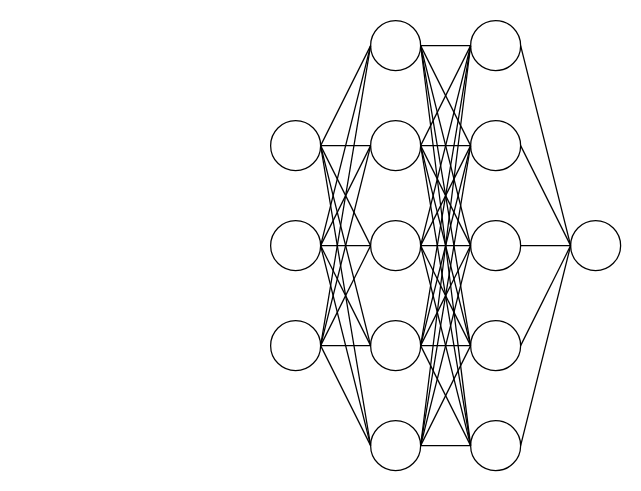
vengjean/drawings keeps this draw.io diagram as INR.drawio. Above is the earlier version. Source tidied: cells renumbered, new cells numbered last; positions are measured from the earlier drawing's top-left corner, leaving out a move shared by most shapes. Both pictures are drawn from the tidied source at 125%, with x=0, y=0 at pixel (270, 20).
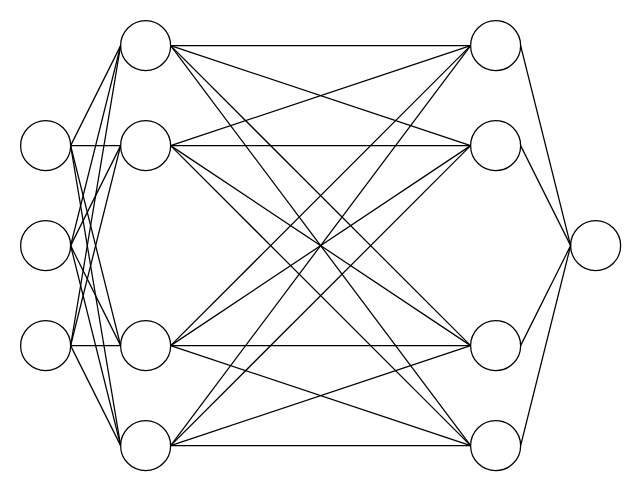
Above is the later version.

What changed in the source:
```diff
@@
+    <mxCell id="61" style="group;" parent="1" vertex="1">
+      <mxGeometry x="-200" width="280" height="360" as="geometry" />
+    </mxCell>
-    <mxCell id="2" style="ellipse;whiteSpace=wrap;html=1;" parent="1" vertex="1">
+    <mxCell id="2" style="ellipse;whiteSpace=wrap;html=1;" parent="61" vertex="1">
       <mxGeometry y="80" width="40" height="40" as="geometry" />
     </mxCell>
-    <mxCell id="3" style="ellipse;whiteSpace=wrap;html=1;" parent="1" vertex="1">
+    <mxCell id="3" style="ellipse;whiteSpace=wrap;html=1;" parent="61" vertex="1">
       <mxGeometry y="160" width="40" height="40" as="geometry" />
     </mxCell>
-    <mxCell id="4" style="ellipse;whiteSpace=wrap;html=1;" parent="1" vertex="1">
+    <mxCell id="4" style="ellipse;whiteSpace=wrap;html=1;" parent="61" vertex="1">
       <mxGeometry y="240" width="40" height="40" as="geometry" />
     </mxCell>
-    <mxCell id="5" style="ellipse;whiteSpace=wrap;html=1;" parent="1" vertex="1">
+    <mxCell id="5" style="ellipse;whiteSpace=wrap;html=1;" parent="61" vertex="1">
       <mxGeometry x="80" width="40" height="40" as="geometry" />
     </mxCell>
-    <mxCell id="6" style="ellipse;whiteSpace=wrap;html=1;" parent="1" vertex="1">
+    <mxCell id="6" style="ellipse;whiteSpace=wrap;html=1;" parent="61" vertex="1">
       <mxGeometry x="80" y="80" width="40" height="40" as="geometry" />
     </mxCell>
-    <mxCell id="7" style="ellipse;whiteSpace=wrap;html=1;" parent="1" vertex="1">
-      <mxGeometry x="80" y="160" width="40" height="40" as="geometry" />
-    </mxCell>
-    <mxCell id="8" style="ellipse;whiteSpace=wrap;html=1;" parent="1" vertex="1">
+    <mxCell id="8" style="ellipse;whiteSpace=wrap;html=1;" parent="61" vertex="1">
       <mxGeometry x="80" y="240" width="40" height="40" as="geometry" />
     </mxCell>
-    <mxCell id="9" style="ellipse;whiteSpace=wrap;html=1;" parent="1" vertex="1">
+    <mxCell id="9" style="ellipse;whiteSpace=wrap;html=1;" parent="61" vertex="1">
       <mxGeometry x="80" y="320" width="40" height="40" as="geometry" />
     </mxCell>
-    <mxCell id="10" style="ellipse;whiteSpace=wrap;html=1;" parent="1" vertex="1">
-      <mxGeometry x="160" width="40" height="40" as="geometry" />
-    </mxCell>
-    <mxCell id="11" style="ellipse;whiteSpace=wrap;html=1;" parent="1" vertex="1">
-      <mxGeometry x="160" y="80" width="40" height="40" as="geometry" />
-    </mxCell>
-    <mxCell id="12" style="ellipse;whiteSpace=wrap;html=1;" parent="1" vertex="1">
-      <mxGeometry x="160" y="160" width="40" height="40" as="geometry" />
-    </mxCell>
-    <mxCell id="13" style="ellipse;whiteSpace=wrap;html=1;" parent="1" vertex="1">
-      <mxGeometry x="160" y="240" width="40" height="40" as="geometry" />
-    </mxCell>
-    <mxCell id="14" style="ellipse;whiteSpace=wrap;html=1;" parent="1" vertex="1">
-      <mxGeometry x="160" y="320" width="40" height="40" as="geometry" />
-    </mxCell>
-    <mxCell id="15" style="ellipse;whiteSpace=wrap;html=1;" parent="1" vertex="1">
-      <mxGeometry x="240" y="160" width="40" height="40" as="geometry" />
-    </mxCell>
-    <mxCell id="16" style="endArrow=none;html=1;rounded=0;exitX=1;exitY=0.5;exitDx=0;exitDy=0;entryX=0;entryY=0.5;entryDx=0;entryDy=0;" parent="1" edge="1" source="2" target="5">
+    <mxCell id="16" style="endArrow=none;html=1;rounded=0;exitX=1;exitY=0.5;exitDx=0;exitDy=0;entryX=0;entryY=0.5;entryDx=0;entryDy=0;" parent="61" edge="1" source="2" target="5">
       <mxGeometry relative="1" as="geometry" />
     </mxCell>
-    <mxCell id="17" style="endArrow=none;html=1;rounded=0;entryX=0;entryY=0.5;entryDx=0;entryDy=0;" parent="1" edge="1" target="6">
+    <mxCell id="17" style="endArrow=none;html=1;rounded=0;entryX=0;entryY=0.5;entryDx=0;entryDy=0;" parent="61" edge="1" target="6">
       <mxGeometry relative="1" as="geometry">
         <mxPoint x="40" y="100" as="sourcePoint" />
       </mxGeometry>
     </mxCell>
-    <mxCell id="18" style="endArrow=none;html=1;rounded=0;entryX=0;entryY=0.5;entryDx=0;entryDy=0;" parent="1" edge="1" target="7">
-      <mxGeometry relative="1" as="geometry">
-        <mxPoint x="40" y="100" as="sourcePoint" />
-      </mxGeometry>
-    </mxCell>
-    <mxCell id="19" style="endArrow=none;html=1;rounded=0;entryX=0;entryY=0.5;entryDx=0;entryDy=0;" parent="1" edge="1" target="8">
+    <mxCell id="19" style="endArrow=none;html=1;rounded=0;entryX=0;entryY=0.5;entryDx=0;entryDy=0;" parent="61" edge="1" target="8">
       <mxGeometry relative="1" as="geometry">
         <mxPoint x="40" y="100" as="sourcePoint" />
       </mxGeometry>
     </mxCell>
-    <mxCell id="20" style="endArrow=none;html=1;rounded=0;entryX=0;entryY=0.5;entryDx=0;entryDy=0;exitX=1;exitY=0.5;exitDx=0;exitDy=0;" parent="1" edge="1" source="2" target="9">
+    <mxCell id="20" style="endArrow=none;html=1;rounded=0;entryX=0;entryY=0.5;entryDx=0;entryDy=0;exitX=1;exitY=0.5;exitDx=0;exitDy=0;" parent="61" edge="1" source="2" target="9">
       <mxGeometry relative="1" as="geometry" />
     </mxCell>
-    <mxCell id="21" style="endArrow=none;html=1;rounded=0;exitX=1;exitY=0.5;exitDx=0;exitDy=0;entryX=0;entryY=0.5;entryDx=0;entryDy=0;" parent="1" edge="1">
+    <mxCell id="21" style="endArrow=none;html=1;rounded=0;exitX=1;exitY=0.5;exitDx=0;exitDy=0;entryX=0;entryY=0.5;entryDx=0;entryDy=0;" parent="61" edge="1" target="6">
       <mxGeometry relative="1" as="geometry">
         <mxPoint x="40" y="180" as="sourcePoint" />
-        <mxPoint x="80" y="100" as="targetPoint" />
       </mxGeometry>
     </mxCell>
-    <mxCell id="22" style="endArrow=none;html=1;rounded=0;entryX=0;entryY=0.5;entryDx=0;entryDy=0;" parent="1" edge="1">
-      <mxGeometry relative="1" as="geometry">
-        <mxPoint x="40" y="180" as="sourcePoint" />
-        <mxPoint x="80" y="180" as="targetPoint" />
-      </mxGeometry>
-    </mxCell>
-    <mxCell id="23" style="endArrow=none;html=1;rounded=0;entryX=0;entryY=0.5;entryDx=0;entryDy=0;" parent="1" edge="1">
+    <mxCell id="23" style="endArrow=none;html=1;rounded=0;entryX=0;entryY=0.5;entryDx=0;entryDy=0;" parent="61" edge="1" target="8">
       <mxGeometry relative="1" as="geometry">
         <mxPoint x="40" y="180" as="sourcePoint" />
-        <mxPoint x="80" y="260" as="targetPoint" />
       </mxGeometry>
     </mxCell>
-    <mxCell id="24" style="endArrow=none;html=1;rounded=0;entryX=0;entryY=0.5;entryDx=0;entryDy=0;" parent="1" edge="1">
+    <mxCell id="24" style="endArrow=none;html=1;rounded=0;entryX=0;entryY=0.5;entryDx=0;entryDy=0;" parent="61" edge="1" target="9">
       <mxGeometry relative="1" as="geometry">
         <mxPoint x="40" y="180" as="sourcePoint" />
-        <mxPoint x="80" y="340" as="targetPoint" />
       </mxGeometry>
     </mxCell>
-    <mxCell id="25" style="endArrow=none;html=1;rounded=0;entryX=0;entryY=0.5;entryDx=0;entryDy=0;exitX=1;exitY=0.5;exitDx=0;exitDy=0;" parent="1" edge="1" target="5">
+    <mxCell id="25" style="endArrow=none;html=1;rounded=0;entryX=0;entryY=0.5;entryDx=0;entryDy=0;exitX=1;exitY=0.5;exitDx=0;exitDy=0;" parent="61" edge="1" target="5">
       <mxGeometry relative="1" as="geometry">
         <mxPoint x="40" y="180" as="sourcePoint" />
       </mxGeometry>
     </mxCell>
-    <mxCell id="26" style="endArrow=none;html=1;rounded=0;exitX=1;exitY=0.5;exitDx=0;exitDy=0;entryX=0;entryY=0.5;entryDx=0;entryDy=0;" parent="1" edge="1">
-      <mxGeometry relative="1" as="geometry">
-        <mxPoint x="40" y="260" as="sourcePoint" />
-        <mxPoint x="80" y="180" as="targetPoint" />
-      </mxGeometry>
-    </mxCell>
-    <mxCell id="27" style="endArrow=none;html=1;rounded=0;entryX=0;entryY=0.5;entryDx=0;entryDy=0;" parent="1" edge="1">
+    <mxCell id="27" style="endArrow=none;html=1;rounded=0;entryX=0;entryY=0.5;entryDx=0;entryDy=0;" parent="61" edge="1" target="8">
       <mxGeometry relative="1" as="geometry">
         <mxPoint x="40" y="260" as="sourcePoint" />
-        <mxPoint x="80" y="260" as="targetPoint" />
       </mxGeometry>
     </mxCell>
-    <mxCell id="28" style="endArrow=none;html=1;rounded=0;entryX=0;entryY=0.5;entryDx=0;entryDy=0;" parent="1" edge="1">
+    <mxCell id="28" style="endArrow=none;html=1;rounded=0;entryX=0;entryY=0.5;entryDx=0;entryDy=0;" parent="61" edge="1" target="9">
       <mxGeometry relative="1" as="geometry">
         <mxPoint x="40" y="260" as="sourcePoint" />
-        <mxPoint x="80" y="340" as="targetPoint" />
       </mxGeometry>
     </mxCell>
-    <mxCell id="29" style="endArrow=none;html=1;rounded=0;entryX=0;entryY=0.5;entryDx=0;entryDy=0;" parent="1" edge="1" target="5">
+    <mxCell id="29" style="endArrow=none;html=1;rounded=0;entryX=0;entryY=0.5;entryDx=0;entryDy=0;" parent="61" edge="1" target="5">
       <mxGeometry relative="1" as="geometry">
         <mxPoint x="40" y="260" as="sourcePoint" />
       </mxGeometry>
     </mxCell>
-    <mxCell id="30" style="endArrow=none;html=1;rounded=0;entryX=0;entryY=0.5;entryDx=0;entryDy=0;exitX=1;exitY=0.5;exitDx=0;exitDy=0;" parent="1" edge="1">
+    <mxCell id="30" style="endArrow=none;html=1;rounded=0;exitX=1;exitY=0.5;exitDx=0;exitDy=0;entryX=0;entryY=0.5;entryDx=0;entryDy=0;" parent="61" edge="1" target="6">
       <mxGeometry relative="1" as="geometry">
         <mxPoint x="40" y="260" as="sourcePoint" />
-        <mxPoint x="80" y="100" as="targetPoint" />
       </mxGeometry>
     </mxCell>
-    <mxCell id="31" style="endArrow=none;html=1;rounded=0;exitX=1;exitY=0.5;exitDx=0;exitDy=0;entryX=0;entryY=0.5;entryDx=0;entryDy=0;" parent="1" edge="1">
+    <mxCell id="31" style="endArrow=none;html=1;rounded=0;exitX=1;exitY=0.5;exitDx=0;exitDy=0;entryX=0;entryY=0.5;entryDx=0;entryDy=0;" parent="61" edge="1" target="10">
       <mxGeometry relative="1" as="geometry">
         <mxPoint x="120" y="100" as="sourcePoint" />
-        <mxPoint x="160" y="20" as="targetPoint" />
       </mxGeometry>
     </mxCell>
-    <mxCell id="32" style="endArrow=none;html=1;rounded=0;entryX=0;entryY=0.5;entryDx=0;entryDy=0;" parent="1" edge="1">
+    <mxCell id="32" style="endArrow=none;html=1;rounded=0;entryX=0;entryY=0.5;entryDx=0;entryDy=0;" parent="61" edge="1" target="11">
       <mxGeometry relative="1" as="geometry">
         <mxPoint x="120" y="100" as="sourcePoint" />
-        <mxPoint x="160" y="100" as="targetPoint" />
       </mxGeometry>
     </mxCell>
-    <mxCell id="33" style="endArrow=none;html=1;rounded=0;entryX=0;entryY=0.5;entryDx=0;entryDy=0;" parent="1" edge="1">
-      <mxGeometry relative="1" as="geometry">
-        <mxPoint x="120" y="100" as="sourcePoint" />
-        <mxPoint x="160" y="180" as="targetPoint" />
-      </mxGeometry>
-    </mxCell>
-    <mxCell id="34" style="endArrow=none;html=1;rounded=0;entryX=0;entryY=0.5;entryDx=0;entryDy=0;" parent="1" edge="1">
+    <mxCell id="34" style="endArrow=none;html=1;rounded=0;entryX=0;entryY=0.5;entryDx=0;entryDy=0;" parent="61" edge="1" target="13">
       <mxGeometry relative="1" as="geometry">
         <mxPoint x="120" y="100" as="sourcePoint" />
-        <mxPoint x="160" y="260" as="targetPoint" />
       </mxGeometry>
     </mxCell>
-    <mxCell id="35" style="endArrow=none;html=1;rounded=0;entryX=0;entryY=0.5;entryDx=0;entryDy=0;exitX=1;exitY=0.5;exitDx=0;exitDy=0;" parent="1" edge="1">
+    <mxCell id="35" style="endArrow=none;html=1;rounded=0;entryX=0;entryY=0.5;entryDx=0;entryDy=0;exitX=1;exitY=0.5;exitDx=0;exitDy=0;" parent="61" edge="1" target="14">
       <mxGeometry relative="1" as="geometry">
         <mxPoint x="120" y="100" as="sourcePoint" />
-        <mxPoint x="160" y="340" as="targetPoint" />
       </mxGeometry>
     </mxCell>
-    <mxCell id="36" style="endArrow=none;html=1;rounded=0;exitX=1;exitY=0.5;exitDx=0;exitDy=0;entryX=0;entryY=0.5;entryDx=0;entryDy=0;" parent="1" edge="1">
-      <mxGeometry relative="1" as="geometry">
-        <mxPoint x="120" y="180" as="sourcePoint" />
-        <mxPoint x="160" y="100" as="targetPoint" />
-      </mxGeometry>
-    </mxCell>
-    <mxCell id="37" style="endArrow=none;html=1;rounded=0;entryX=0;entryY=0.5;entryDx=0;entryDy=0;" parent="1" edge="1">
-      <mxGeometry relative="1" as="geometry">
-        <mxPoint x="120" y="180" as="sourcePoint" />
-        <mxPoint x="160" y="180" as="targetPoint" />
-      </mxGeometry>
-    </mxCell>
-    <mxCell id="38" style="endArrow=none;html=1;rounded=0;entryX=0;entryY=0.5;entryDx=0;entryDy=0;" parent="1" edge="1">
-      <mxGeometry relative="1" as="geometry">
-        <mxPoint x="120" y="180" as="sourcePoint" />
-        <mxPoint x="160" y="260" as="targetPoint" />
-      </mxGeometry>
-    </mxCell>
-    <mxCell id="39" style="endArrow=none;html=1;rounded=0;entryX=0;entryY=0.5;entryDx=0;entryDy=0;" parent="1" edge="1">
-      <mxGeometry relative="1" as="geometry">
-        <mxPoint x="120" y="180" as="sourcePoint" />
-        <mxPoint x="160" y="340" as="targetPoint" />
-      </mxGeometry>
-    </mxCell>
-    <mxCell id="40" style="endArrow=none;html=1;rounded=0;entryX=0;entryY=0.5;entryDx=0;entryDy=0;exitX=1;exitY=0.5;exitDx=0;exitDy=0;" parent="1" edge="1">
-      <mxGeometry relative="1" as="geometry">
-        <mxPoint x="120" y="180" as="sourcePoint" />
-        <mxPoint x="160" y="20" as="targetPoint" />
-      </mxGeometry>
-    </mxCell>
-    <mxCell id="41" style="endArrow=none;html=1;rounded=0;exitX=1;exitY=0.5;exitDx=0;exitDy=0;entryX=0;entryY=0.5;entryDx=0;entryDy=0;" parent="1" edge="1">
-      <mxGeometry relative="1" as="geometry">
-        <mxPoint x="120" y="260" as="sourcePoint" />
-        <mxPoint x="160" y="180" as="targetPoint" />
-      </mxGeometry>
-    </mxCell>
-    <mxCell id="42" style="endArrow=none;html=1;rounded=0;entryX=0;entryY=0.5;entryDx=0;entryDy=0;" parent="1" edge="1">
+    <mxCell id="42" style="endArrow=none;html=1;rounded=0;entryX=0;entryY=0.5;entryDx=0;entryDy=0;" parent="61" edge="1" target="13">
       <mxGeometry relative="1" as="geometry">
         <mxPoint x="120" y="260" as="sourcePoint" />
-        <mxPoint x="160" y="260" as="targetPoint" />
       </mxGeometry>
     </mxCell>
-    <mxCell id="43" style="endArrow=none;html=1;rounded=0;entryX=0;entryY=0.5;entryDx=0;entryDy=0;" parent="1" edge="1">
+    <mxCell id="43" style="endArrow=none;html=1;rounded=0;entryX=0;entryY=0.5;entryDx=0;entryDy=0;" parent="61" edge="1" target="14">
       <mxGeometry relative="1" as="geometry">
         <mxPoint x="120" y="260" as="sourcePoint" />
-        <mxPoint x="160" y="340" as="targetPoint" />
       </mxGeometry>
     </mxCell>
-    <mxCell id="44" style="endArrow=none;html=1;rounded=0;entryX=0;entryY=0.5;entryDx=0;entryDy=0;" parent="1" edge="1">
+    <mxCell id="44" style="endArrow=none;html=1;rounded=0;entryX=0;entryY=0.5;entryDx=0;entryDy=0;" parent="61" edge="1" target="10">
       <mxGeometry relative="1" as="geometry">
         <mxPoint x="120" y="260" as="sourcePoint" />
-        <mxPoint x="160" y="20" as="targetPoint" />
       </mxGeometry>
     </mxCell>
-    <mxCell id="45" style="endArrow=none;html=1;rounded=0;entryX=0;entryY=0.5;entryDx=0;entryDy=0;exitX=1;exitY=0.5;exitDx=0;exitDy=0;" parent="1" edge="1">
+    <mxCell id="45" style="endArrow=none;html=1;rounded=0;entryX=0;entryY=0.5;entryDx=0;entryDy=0;exitX=1;exitY=0.5;exitDx=0;exitDy=0;" parent="61" edge="1" target="11">
       <mxGeometry relative="1" as="geometry">
         <mxPoint x="120" y="260" as="sourcePoint" />
-        <mxPoint x="160" y="100" as="targetPoint" />
       </mxGeometry>
     </mxCell>
-    <mxCell id="46" style="endArrow=none;html=1;rounded=0;entryX=0;entryY=0.5;entryDx=0;entryDy=0;" parent="1" edge="1" target="10">
+    <mxCell id="46" style="endArrow=none;html=1;rounded=0;entryX=0;entryY=0.5;entryDx=0;entryDy=0;" parent="61" edge="1" target="10">
       <mxGeometry relative="1" as="geometry">
         <mxPoint x="120" y="20" as="sourcePoint" />
       </mxGeometry>
     </mxCell>
-    <mxCell id="47" style="endArrow=none;html=1;rounded=0;" parent="1" edge="1">
+    <mxCell id="47" style="endArrow=none;html=1;rounded=0;entryX=0;entryY=0.5;entryDx=0;entryDy=0;" parent="61" edge="1" target="10">
       <mxGeometry relative="1" as="geometry">
         <mxPoint x="120" y="340" as="sourcePoint" />
-        <mxPoint x="160" y="20" as="targetPoint" />
       </mxGeometry>
     </mxCell>
-    <mxCell id="48" style="endArrow=none;html=1;rounded=0;entryX=0;entryY=0.5;entryDx=0;entryDy=0;" parent="1" edge="1">
+    <mxCell id="48" style="endArrow=none;html=1;rounded=0;entryX=0;entryY=0.5;entryDx=0;entryDy=0;" parent="61" edge="1" target="14">
       <mxGeometry relative="1" as="geometry">
         <mxPoint x="120" y="339.9" as="sourcePoint" />
-        <mxPoint x="160" y="339.9" as="targetPoint" />
       </mxGeometry>
     </mxCell>
-    <mxCell id="49" style="endArrow=none;html=1;rounded=0;entryX=0;entryY=0.5;entryDx=0;entryDy=0;exitX=1;exitY=0.5;exitDx=0;exitDy=0;" parent="1" edge="1" target="14">
+    <mxCell id="49" style="endArrow=none;html=1;rounded=0;entryX=0;entryY=0.5;entryDx=0;entryDy=0;exitX=1;exitY=0.5;exitDx=0;exitDy=0;" parent="61" edge="1" target="14">
       <mxGeometry relative="1" as="geometry">
         <mxPoint x="120" y="20" as="sourcePoint" />
       </mxGeometry>
     </mxCell>
-    <mxCell id="50" style="endArrow=none;html=1;rounded=0;entryX=0;entryY=0.5;entryDx=0;entryDy=0;" parent="1" edge="1" target="11">
+    <mxCell id="50" style="endArrow=none;html=1;rounded=0;entryX=0;entryY=0.5;entryDx=0;entryDy=0;" parent="61" edge="1" target="11">
       <mxGeometry relative="1" as="geometry">
         <mxPoint x="120" y="20" as="sourcePoint" />
       </mxGeometry>
     </mxCell>
-    <mxCell id="51" style="endArrow=none;html=1;rounded=0;" parent="1" edge="1">
-      <mxGeometry relative="1" as="geometry">
-        <mxPoint x="120" y="20" as="sourcePoint" />
-        <mxPoint x="160" y="180" as="targetPoint" />
-      </mxGeometry>
-    </mxCell>
-    <mxCell id="52" style="endArrow=none;html=1;rounded=0;entryX=0;entryY=0.5;entryDx=0;entryDy=0;" parent="1" edge="1" target="13">
+    <mxCell id="52" style="endArrow=none;html=1;rounded=0;entryX=0;entryY=0.5;entryDx=0;entryDy=0;" parent="61" edge="1" target="13">
       <mxGeometry relative="1" as="geometry">
         <mxPoint x="120" y="20" as="sourcePoint" />
       </mxGeometry>
     </mxCell>
-    <mxCell id="53" style="endArrow=none;html=1;rounded=0;entryX=0;entryY=0.5;entryDx=0;entryDy=0;" parent="1" edge="1" target="11">
+    <mxCell id="53" style="endArrow=none;html=1;rounded=0;entryX=0;entryY=0.5;entryDx=0;entryDy=0;" parent="61" edge="1" target="11">
       <mxGeometry relative="1" as="geometry">
         <mxPoint x="120" y="340" as="sourcePoint" />
       </mxGeometry>
     </mxCell>
-    <mxCell id="54" style="endArrow=none;html=1;rounded=0;" parent="1" edge="1">
-      <mxGeometry relative="1" as="geometry">
-        <mxPoint x="120" y="340" as="sourcePoint" />
-        <mxPoint x="160" y="180" as="targetPoint" />
-      </mxGeometry>
-    </mxCell>
-    <mxCell id="55" style="endArrow=none;html=1;rounded=0;exitX=1;exitY=0.5;exitDx=0;exitDy=0;" parent="1" edge="1" source="9">
-      <mxGeometry relative="1" as="geometry">
-        <mxPoint x="160" y="260" as="targetPoint" />
-      </mxGeometry>
-    </mxCell>
+    <mxCell id="10" style="ellipse;whiteSpace=wrap;html=1;" parent="1" vertex="1">
+      <mxGeometry x="160" width="40" height="40" as="geometry" />
+    </mxCell>
+    <mxCell id="11" style="ellipse;whiteSpace=wrap;html=1;" parent="1" vertex="1">
+      <mxGeometry x="160" y="80" width="40" height="40" as="geometry" />
+    </mxCell>
+    <mxCell id="13" style="ellipse;whiteSpace=wrap;html=1;" parent="1" vertex="1">
+      <mxGeometry x="160" y="240" width="40" height="40" as="geometry" />
+    </mxCell>
+    <mxCell id="14" style="ellipse;whiteSpace=wrap;html=1;" parent="1" vertex="1">
+      <mxGeometry x="160" y="320" width="40" height="40" as="geometry" />
+    </mxCell>
+    <mxCell id="15" style="ellipse;whiteSpace=wrap;html=1;" parent="1" vertex="1">
+      <mxGeometry x="240" y="160" width="40" height="40" as="geometry" />
+    </mxCell>
@@
-    <mxCell id="58" style="endArrow=none;html=1;rounded=0;entryX=1;entryY=0.5;entryDx=0;entryDy=0;exitX=0;exitY=0.5;exitDx=0;exitDy=0;" parent="1" edge="1" source="15" target="12">
-      <mxGeometry relative="1" as="geometry" />
-    </mxCell>
@@
+    <mxCell id="55" style="endArrow=none;html=1;rounded=0;exitX=1;exitY=0.5;exitDx=0;exitDy=0;entryX=0;entryY=0.5;entryDx=0;entryDy=0;" parent="1" edge="1" source="9" target="13">
+      <mxGeometry relative="1" as="geometry" />
+    </mxCell>
```
